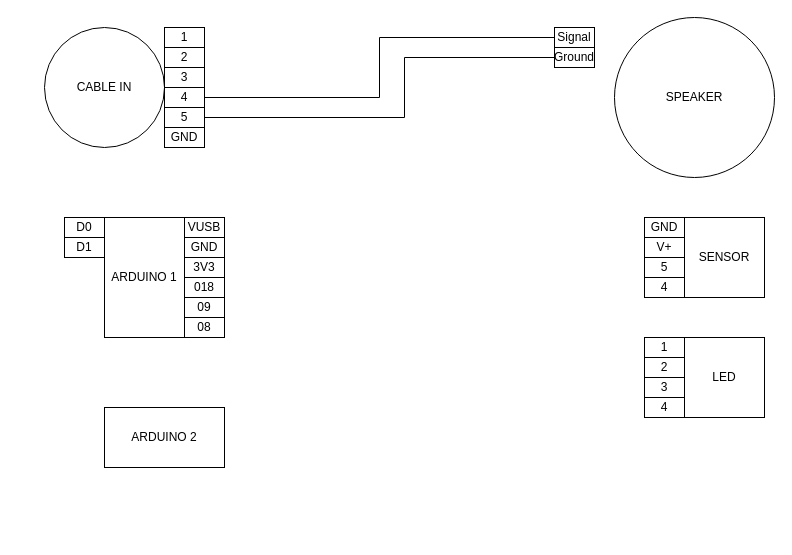
The draw.io diagram Speaker schematics.drawio in maradanovic/drawio, before the edit. Source tidied: cells renumbered, new cells numbered last; positions are measured from the earlier drawing's top-left corner, leaving out a move shared by most shapes. Both pictures are drawn from the tidied source at 100%, with x=0, y=0 at pixel (44, 17).
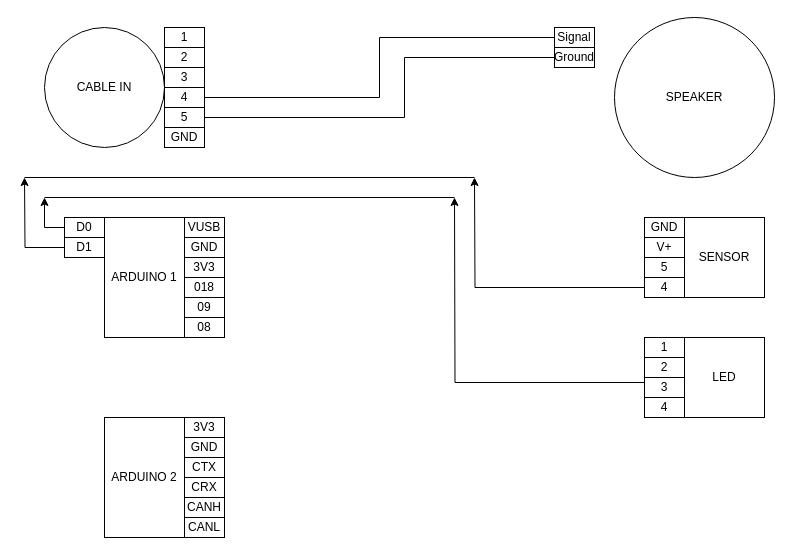
The same diagram, later.

The change refers to these unchanged cells:
```xml
<mxCell id="20" value="3" style="rounded=0;whiteSpace=wrap;html=1;" parent="1" vertex="1">
  <mxGeometry x="600" y="360" width="40" height="20" as="geometry" />
</mxCell>
<mxCell id="25" value="4" style="rounded=0;whiteSpace=wrap;html=1;" parent="1" vertex="1">
  <mxGeometry x="600" y="260" width="40" height="20" as="geometry" />
</mxCell>
<mxCell id="26" value="D0" style="rounded=0;whiteSpace=wrap;html=1;" parent="1" vertex="1">
  <mxGeometry x="20" y="200" width="40" height="20" as="geometry" />
</mxCell>
<mxCell id="27" value="D1" style="rounded=0;whiteSpace=wrap;html=1;" parent="1" vertex="1">
  <mxGeometry x="20" y="220" width="40" height="20" as="geometry" />
</mxCell>
```

Change to the diagram source:
```diff
@@
-    <mxCell id="2" value="ARDUINO 2" style="rounded=0;whiteSpace=wrap;html=1;strokeColor=default;align=center;verticalAlign=middle;fontFamily=Helvetica;fontSize=12;fontColor=default;fillColor=default;" parent="1" vertex="1">
-      <mxGeometry x="60" y="390" width="120" height="60" as="geometry" />
-    </mxCell>
@@
+    <mxCell id="34" style="edgeStyle=orthogonalEdgeStyle;rounded=0;jettySize=auto;html=1;exitX=0;exitY=0.25;exitDx=0;exitDy=0;" parent="1" edge="1" source="20">
+      <mxGeometry relative="1" as="geometry">
+        <mxPoint x="410" y="180" as="targetPoint" />
+      </mxGeometry>
+    </mxCell>
@@
+    <mxCell id="35" style="edgeStyle=orthogonalEdgeStyle;rounded=0;jettySize=auto;html=1;exitX=0;exitY=0.5;exitDx=0;exitDy=0;" parent="1" edge="1" source="25">
+      <mxGeometry relative="1" as="geometry">
+        <mxPoint x="430" y="160" as="targetPoint" />
+      </mxGeometry>
+    </mxCell>
@@
+    <mxCell id="36" style="edgeStyle=orthogonalEdgeStyle;rounded=0;jettySize=auto;html=1;exitX=0;exitY=0.5;exitDx=0;exitDy=0;" parent="1" edge="1" source="26">
+      <mxGeometry relative="1" as="geometry">
+        <mxPoint y="180" as="targetPoint" />
+      </mxGeometry>
+    </mxCell>
@@
+    <mxCell id="37" style="edgeStyle=orthogonalEdgeStyle;rounded=0;jettySize=auto;html=1;exitX=0;exitY=0.5;exitDx=0;exitDy=0;" parent="1" edge="1" source="27">
+      <mxGeometry relative="1" as="geometry">
+        <mxPoint x="-20" y="160" as="targetPoint" />
+      </mxGeometry>
+    </mxCell>
@@
+    <mxCell id="2" value="ARDUINO 2" style="rounded=0;whiteSpace=wrap;html=1;strokeColor=default;align=center;verticalAlign=middle;fontFamily=Helvetica;fontSize=12;fontColor=default;fillColor=default;" parent="1" vertex="1">
+      <mxGeometry x="60" y="400" width="80" height="120" as="geometry" />
+    </mxCell>
+    <mxCell id="38" value="3V3" style="rounded=0;whiteSpace=wrap;html=1;" parent="1" vertex="1">
+      <mxGeometry x="140" y="400" width="40" height="20" as="geometry" />
+    </mxCell>
+    <mxCell id="39" value="GND" style="rounded=0;whiteSpace=wrap;html=1;" parent="1" vertex="1">
+      <mxGeometry x="140" y="420" width="40" height="20" as="geometry" />
+    </mxCell>
+    <mxCell id="40" value="CTX" style="rounded=0;whiteSpace=wrap;html=1;" parent="1" vertex="1">
+      <mxGeometry x="140" y="440" width="40" height="20" as="geometry" />
+    </mxCell>
+    <mxCell id="41" value="CRX" style="rounded=0;whiteSpace=wrap;html=1;" parent="1" vertex="1">
+      <mxGeometry x="140" y="460" width="40" height="20" as="geometry" />
+    </mxCell>
+    <mxCell id="42" value="CANH" style="rounded=0;whiteSpace=wrap;html=1;" parent="1" vertex="1">
+      <mxGeometry x="140" y="480" width="40" height="20" as="geometry" />
+    </mxCell>
+    <mxCell id="43" value="CANL" style="rounded=0;whiteSpace=wrap;html=1;" parent="1" vertex="1">
+      <mxGeometry x="140" y="500" width="40" height="20" as="geometry" />
+    </mxCell>
+    <mxCell id="44" style="endArrow=none;html=1;rounded=0;" parent="1" edge="1">
+      <mxGeometry relative="1" as="geometry">
+        <mxPoint y="180" as="sourcePoint" />
+        <mxPoint x="410" y="180" as="targetPoint" />
+      </mxGeometry>
+    </mxCell>
+    <mxCell id="45" style="endArrow=none;html=1;rounded=0;" parent="1" edge="1">
+      <mxGeometry relative="1" as="geometry">
+        <mxPoint x="-20" y="160" as="sourcePoint" />
+        <mxPoint x="430" y="160" as="targetPoint" />
+      </mxGeometry>
+    </mxCell>
```
